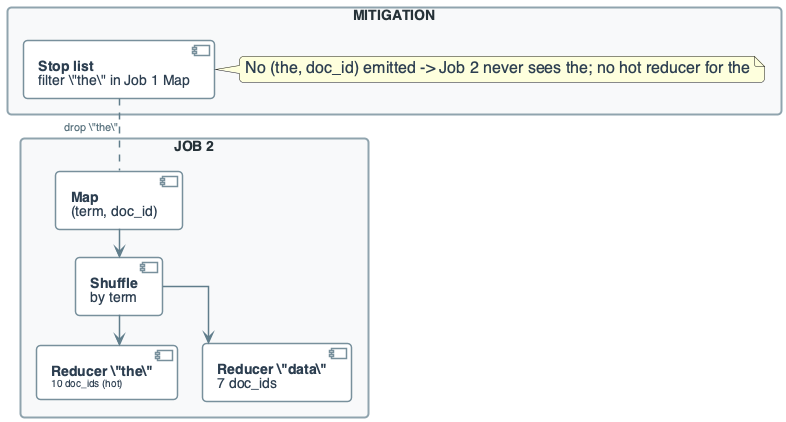
Above: diagrams/week8/week8_practice_slide20_tfidf_mapreduce_skew.png in OrPerets/data-engineering-course (PlantUML), before the change.
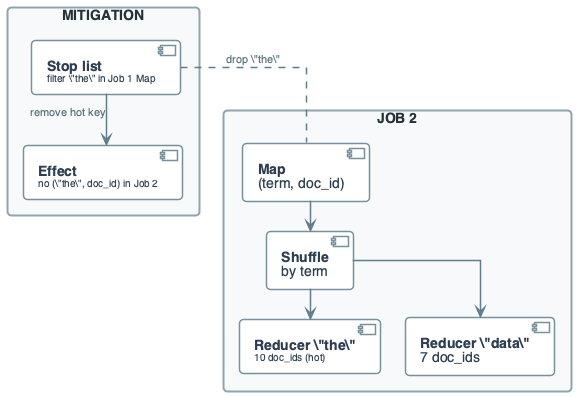
The same diagram one commit later.

The edit, as a diff of the source:
```diff
@@ -126,8 +126,8 @@
 }
 
 rectangle "MITIGATION" #F8F9FA {
-    component "**Stop list**\nfilter \"the\" in Job 1 Map" as STOP
-    note right of STOP : No (\"the\", doc_id) emitted -> Job 2 never sees \"the\"; no hot reducer for \"the\"
+    component "**Stop list**\n<size:10>filter \"the\" in Job 1 Map</size>" as STOP
+    component "**Effect**\n<size:10>no (\"the\", doc_id) in Job 2</size>" as EFFECT
 }
 
 M --> S
@@ -135,5 +135,6 @@
 S --> R_DATA
 
 STOP .. M : "drop \"the\""
+STOP --> EFFECT : "remove hot key"
 
 @enduml
```
